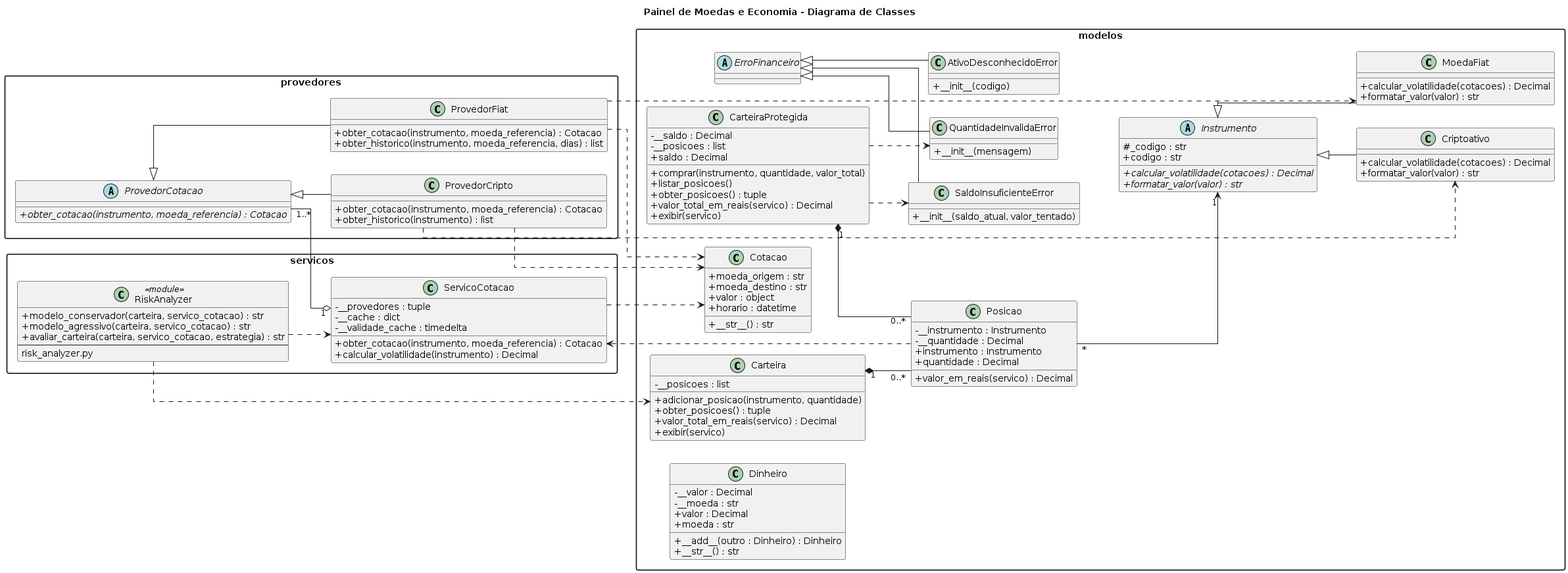
This is diagrama/diagrama.png from Fern4ndess/Projeto-de-Software-2026.2, a PlantUML export, as it was before one commit. The source it was exported from:
```plantuml
@startuml
title Painel de Moedas e Economia - Diagrama de Classes

left to right direction

skinparam classAttributeIconSize 0
skinparam packageStyle rectangle
skinparam shadowing false
skinparam linetype ortho



package "modelos" {

    abstract class Instrumento {
        # _codigo : str
        + codigo : str
        {abstract} + calcular_volatilidade(cotacoes) : Decimal
        {abstract} + formatar_valor(valor) : str
    }


    class MoedaFiat {
        + calcular_volatilidade(cotacoes) : Decimal
        + formatar_valor(valor) : str
    }


    class Criptoativo {
        + calcular_volatilidade(cotacoes) : Decimal
        + formatar_valor(valor) : str
    }


    class Dinheiro {
        - __valor : Decimal
        - __moeda : str
        + valor : Decimal
        + moeda : str
        + __add__(outro : Dinheiro) : Dinheiro
        + __str__() : str
    }


    class Cotacao {
        + moeda_origem : str
        + moeda_destino : str
        + valor : object
        + horario : datetime
        + __str__() : str
    }


    class Posicao {
        - __instrumento : Instrumento
        - __quantidade : Decimal
        + instrumento : Instrumento
        + quantidade : Decimal
        + valor_em_reais(servico) : Decimal
    }


    class Carteira {
        - __posicoes : list
        + adicionar_posicao(instrumento, quantidade)
        + obter_posicoes() : tuple
        + valor_total_em_reais(servico) : Decimal
        + exibir(servico)
    }


    class CarteiraProtegida {
        - __saldo : Decimal
        - __posicoes : list
        + saldo : Decimal
        + comprar(instrumento, quantidade, valor_total)
        + listar_posicoes()
        + obter_posicoes() : tuple
        + valor_total_em_reais(servico) : Decimal
        + exibir(servico)
    }


    abstract class ErroFinanceiro {
    }


    class SaldoInsuficienteError {
        + __init__(saldo_atual, valor_tentado)
    }


    class QuantidadeInvalidaError {
        + __init__(mensagem)
    }


    class AtivoDesconhecidoError {
        + __init__(codigo)
    }
}



package "provedores" {

    abstract class ProvedorCotacao {
        {abstract} + obter_cotacao(instrumento, moeda_referencia) : Cotacao
    }


    class ProvedorFiat {
        + obter_cotacao(instrumento, moeda_referencia) : Cotacao
        + obter_historico(instrumento, moeda_referencia, dias) : list
    }


    class ProvedorCripto {
        + obter_cotacao(instrumento, moeda_referencia) : Cotacao
        + obter_historico(instrumento) : list
    }
}



package "servicos" {

    class ServicoCotacao {
        - __provedores : tuple
        - __cache : dict
        - __validade_cache : timedelta
        + obter_cotacao(instrumento, moeda_referencia) : Cotacao
        + calcular_volatilidade(instrumento) : Decimal
    }


    class RiskAnalyzer <<module>> {
        + modelo_conservador(carteira, servico_cotacao) : str
        + modelo_agressivo(carteira, servico_cotacao) : str
        + avaliar_carteira(carteira, servico_cotacao, estrategia) : str
        --
        risk_analyzer.py
    }
}



Instrumento <|-- MoedaFiat
Instrumento <|-- Criptoativo



ProvedorCotacao <|-- ProvedorFiat
ProvedorCotacao <|-- ProvedorCripto



ErroFinanceiro <|-- SaldoInsuficienteError
ErroFinanceiro <|-- QuantidadeInvalidaError
ErroFinanceiro <|-- AtivoDesconhecidoError



Carteira "1" *-- "0..*" Posicao
CarteiraProtegida "1" *-- "0..*" Posicao

Posicao "*" --> "1" Instrumento



ServicoCotacao "1" o-- "1..*" ProvedorCotacao

ServicoCotacao ..> Cotacao

Posicao ..> ServicoCotacao



ProvedorFiat ..> MoedaFiat
ProvedorCripto ..> Criptoativo

ProvedorFiat ..> Cotacao
ProvedorCripto ..> Cotacao



RiskAnalyzer ..> Carteira
RiskAnalyzer ..> ServicoCotacao



CarteiraProtegida ..> SaldoInsuficienteError
CarteiraProtegida ..> QuantidadeInvalidaError
@enduml
```
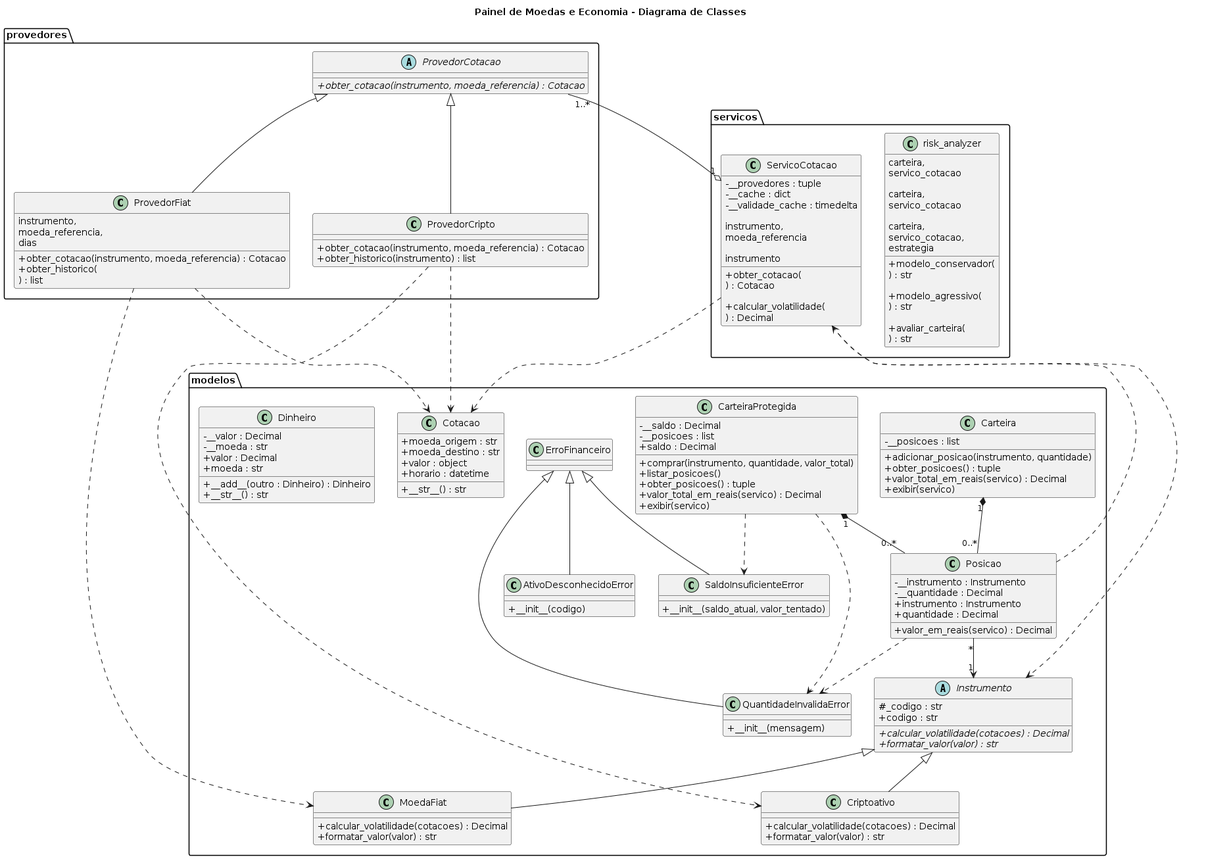
Later version of the same file.

The edit, as a diff of the source:
```diff
@@ -1,13 +1,7 @@
 @startuml
 title Painel de Moedas e Economia - Diagrama de Classes
 
-left to right direction
-
 skinparam classAttributeIconSize 0
-skinparam packageStyle rectangle
-skinparam shadowing false
-skinparam linetype ortho
-
 
 
 package "modelos" {
@@ -19,18 +13,15 @@
         {abstract} + formatar_valor(valor) : str
     }
 
-
     class MoedaFiat {
         + calcular_volatilidade(cotacoes) : Decimal
         + formatar_valor(valor) : str
     }
 
-
     class Criptoativo {
         + calcular_volatilidade(cotacoes) : Decimal
         + formatar_valor(valor) : str
     }
-
 
     class Dinheiro {
         - __valor : Decimal
@@ -41,7 +32,6 @@
         + __str__() : str
     }
 
-
     class Cotacao {
         + moeda_origem : str
         + moeda_destino : str
@@ -49,7 +39,6 @@
         + horario : datetime
         + __str__() : str
     }
-
 
     class Posicao {
         - __instrumento : Instrumento
@@ -59,7 +48,6 @@
         + valor_em_reais(servico) : Decimal
     }
 
-
     class Carteira {
         - __posicoes : list
         + adicionar_posicao(instrumento, quantidade)
@@ -67,7 +55,6 @@
         + valor_total_em_reais(servico) : Decimal
         + exibir(servico)
     }
-
 
     class CarteiraProtegida {
         - __saldo : Decimal
@@ -80,20 +67,16 @@
         + exibir(servico)
     }
 
-
-    abstract class ErroFinanceiro {
+    class ErroFinanceiro {
     }
-
 
     class SaldoInsuficienteError {
         + __init__(saldo_atual, valor_tentado)
     }
 
-
     class QuantidadeInvalidaError {
         + __init__(mensagem)
     }
-
 
     class AtivoDesconhecidoError {
         + __init__(codigo)
@@ -108,12 +91,14 @@
         {abstract} + obter_cotacao(instrumento, moeda_referencia) : Cotacao
     }
 
-
     class ProvedorFiat {
         + obter_cotacao(instrumento, moeda_referencia) : Cotacao
-        + obter_historico(instrumento, moeda_referencia, dias) : list
+        + obter_historico(
+            instrumento,
+            moeda_referencia,
+            dias
+        ) : list
     }
-
 
     class ProvedorCripto {
         + obter_cotacao(instrumento, moeda_referencia) : Cotacao
@@ -129,17 +114,33 @@
         - __provedores : tuple
         - __cache : dict
         - __validade_cache : timedelta
-        + obter_cotacao(instrumento, moeda_referencia) : Cotacao
-        + calcular_volatilidade(instrumento) : Decimal
+
+        + obter_cotacao(
+            instrumento,
+            moeda_referencia
+        ) : Cotacao
+
+        + calcular_volatilidade(
+            instrumento
+        ) : Decimal
     }
 
+    class risk_analyzer {
+        + modelo_conservador(
+            carteira,
+            servico_cotacao
+        ) : str
 
-    class RiskAnalyzer <<module>> {
-        + modelo_conservador(carteira, servico_cotacao) : str
-        + modelo_agressivo(carteira, servico_cotacao) : str
-        + avaliar_carteira(carteira, servico_cotacao, estrategia) : str
-        --
-        risk_analyzer.py
+        + modelo_agressivo(
+            carteira,
+            servico_cotacao
+        ) : str
+
+        + avaliar_carteira(
+            carteira,
+            servico_cotacao,
+            estrategia
+        ) : str
     }
 }
 
@@ -148,12 +149,8 @@
 Instrumento <|-- MoedaFiat
 Instrumento <|-- Criptoativo
 
-
-
 ProvedorCotacao <|-- ProvedorFiat
 ProvedorCotacao <|-- ProvedorCripto
-
-
 
 ErroFinanceiro <|-- SaldoInsuficienteError
 ErroFinanceiro <|-- QuantidadeInvalidaError
@@ -162,33 +159,32 @@
 
 
 Carteira "1" *-- "0..*" Posicao
+
 CarteiraProtegida "1" *-- "0..*" Posicao
 
 Posicao "*" --> "1" Instrumento
 
 
 
+Posicao ..> ServicoCotacao
+
 ServicoCotacao "1" o-- "1..*" ProvedorCotacao
 
+ServicoCotacao ..> Instrumento
 ServicoCotacao ..> Cotacao
-
-Posicao ..> ServicoCotacao
 
 
 
 ProvedorFiat ..> MoedaFiat
+ProvedorFiat ..> Cotacao
+
 ProvedorCripto ..> Criptoativo
-
-ProvedorFiat ..> Cotacao
 ProvedorCripto ..> Cotacao
-
-
-
-RiskAnalyzer ..> Carteira
-RiskAnalyzer ..> ServicoCotacao
 
 
 
 CarteiraProtegida ..> SaldoInsuficienteError
 CarteiraProtegida ..> QuantidadeInvalidaError
+
+Posicao ..> QuantidadeInvalidaError
 @enduml
```
